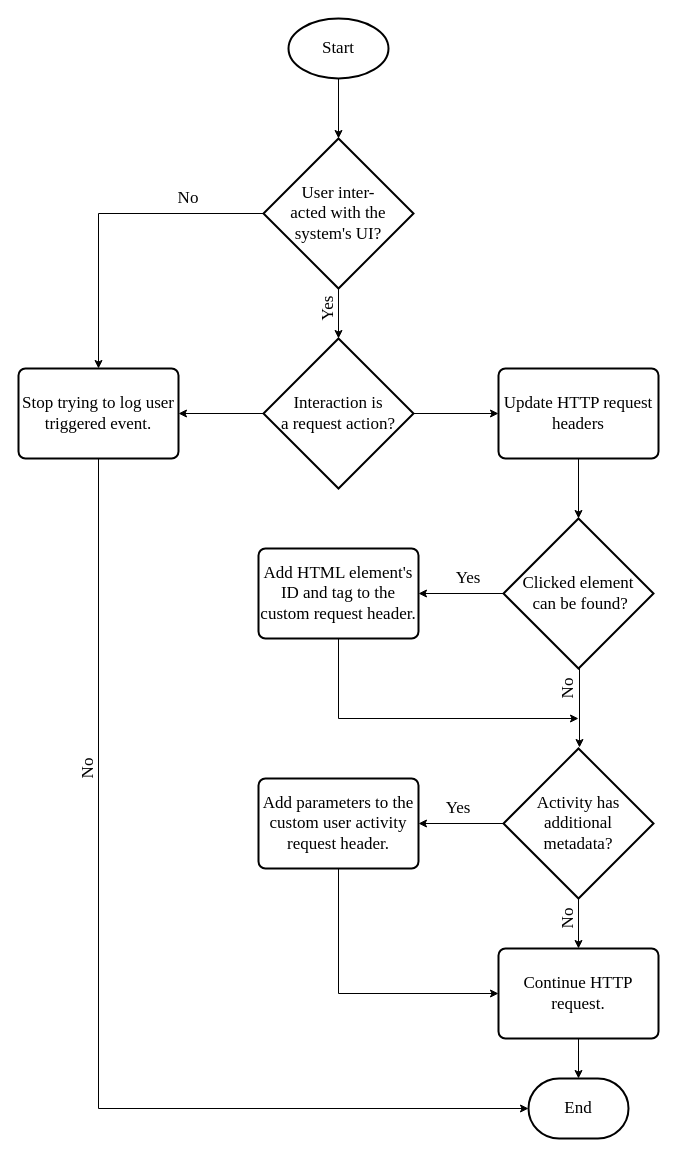
Before: img/Chapter2/user_based_flow_diagram/user_based_flow_diagram.drawio in CorrieScheepers/Masters, a draw.io diagram. Source tidied: cells renumbered, new cells numbered last; positions are measured from the earlier drawing's top-left corner, leaving out a move shared by most shapes. Both pictures are drawn from the tidied source at 100%, with x=0, y=0 at pixel (18, 18).
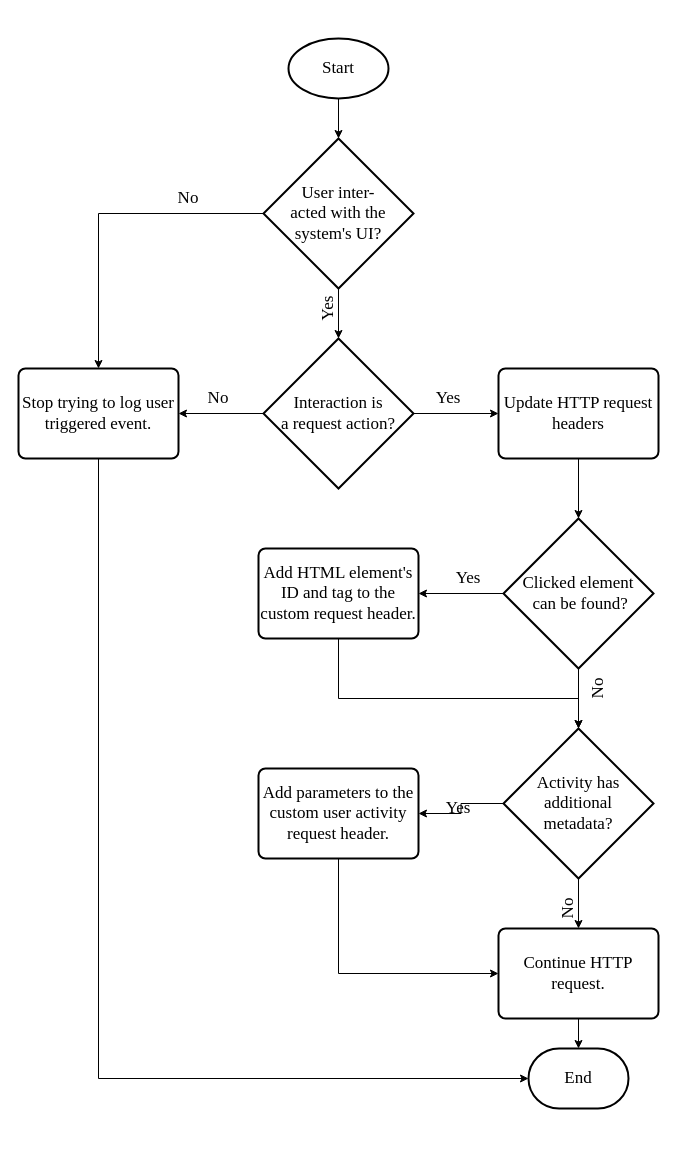
The same page after the edit.

The change refers to these unchanged cells:
```xml
<mxCell id="18" value="Add HTML element's ID and tag to the custom request header." style="rounded=1;whiteSpace=wrap;html=1;absoluteArcSize=1;arcSize=14;strokeWidth=2;fontFamily=Times New Roman;fillColor=none;fontSize=17;" parent="1" vertex="1">
  <mxGeometry x="240" y="530" width="160" height="90" as="geometry" />
</mxCell>
<mxCell id="24" value="Clicked element&lt;br&gt;&amp;nbsp;can be found?" style="strokeWidth=2;html=1;shape=mxgraph.flowchart.decision;whiteSpace=wrap;fontFamily=Times New Roman;fillColor=none;fontSize=17;" parent="1" vertex="1">
  <mxGeometry x="485" y="500" width="150" height="150" as="geometry" />
</mxCell>
```

Change to the diagram source:
```diff
@@
     <mxCell id="3" value="Start" style="strokeWidth=2;html=1;shape=mxgraph.flowchart.start_1;whiteSpace=wrap;fontFamily=Times New Roman;fillColor=none;fontSize=17;" parent="1" vertex="1">
-      <mxGeometry x="270" width="100" height="60" as="geometry" />
+      <mxGeometry x="270" y="20" width="100" height="60" as="geometry" />
     </mxCell>
@@
-    <mxCell id="7" value="No" style="text;html=1;strokeColor=none;fillColor=none;align=center;verticalAlign=middle;whiteSpace=wrap;rounded=0;fontFamily=Times New Roman;rotation=-90;fontSize=17;" parent="1" vertex="1">
-      <mxGeometry x="50" y="740" width="40" height="20" as="geometry" />
-    </mxCell>
@@
     <mxCell id="11" value="End" style="strokeWidth=2;html=1;shape=mxgraph.flowchart.terminator;whiteSpace=wrap;fillColor=none;fontFamily=Times New Roman;fontSize=17;" parent="1" vertex="1">
-      <mxGeometry x="510" y="1060" width="100" height="60" as="geometry" />
+      <mxGeometry x="510" y="1030" width="100" height="60" as="geometry" />
     </mxCell>
@@
     <mxCell id="16" value="Activity has additional &lt;br&gt;metadata?" style="strokeWidth=2;html=1;shape=mxgraph.flowchart.decision;whiteSpace=wrap;fontFamily=Times New Roman;fillColor=none;fontSize=17;" parent="1" vertex="1">
-      <mxGeometry x="485" y="730" width="150" height="150" as="geometry" />
+      <mxGeometry x="485" y="710" width="150" height="150" as="geometry" />
     </mxCell>
-    <mxCell id="17" style="edgeStyle=orthogonalEdgeStyle;rounded=0;jettySize=auto;html=1;exitX=0.5;exitY=1;exitDx=0;exitDy=0;" parent="1" edge="1" source="18">
-      <mxGeometry relative="1" as="geometry">
-        <mxPoint x="560" y="700" as="targetPoint" />
-        <Array as="points">
-          <mxPoint x="320" y="700" />
-        </Array>
-      </mxGeometry>
-    </mxCell>
+    <mxCell id="34" style="edgeStyle=orthogonalEdgeStyle;rounded=0;jettySize=auto;html=1;exitX=0.5;exitY=1;exitDx=0;exitDy=0;" parent="1" edge="1" source="18">
+      <mxGeometry relative="1" as="geometry">
+        <mxPoint x="560" y="710" as="targetPoint" />
+        <Array as="points">
+          <mxPoint x="320" y="680" />
+          <mxPoint x="560" y="680" />
+        </Array>
+      </mxGeometry>
+    </mxCell>
@@
-    <mxCell id="23" style="edgeStyle=orthogonalEdgeStyle;rounded=0;orthogonalLoop=1;jettySize=auto;html=1;exitX=0.5;exitY=1;exitDx=0;exitDy=0;exitPerimeter=0;entryX=0.5;entryY=0;entryDx=0;entryDy=0;entryPerimeter=0;" parent="1" edge="1">
-      <mxGeometry relative="1" as="geometry">
-        <mxPoint x="561" y="649" as="sourcePoint" />
-        <mxPoint x="561" y="729" as="targetPoint" />
-      </mxGeometry>
-    </mxCell>
+    <mxCell id="35" style="edgeStyle=orthogonalEdgeStyle;rounded=0;jettySize=auto;html=1;exitX=0.5;exitY=1;exitDx=0;exitDy=0;exitPerimeter=0;entryX=0.5;entryY=0;entryDx=0;entryDy=0;entryPerimeter=0;" parent="1" edge="1" source="24" target="16">
+      <mxGeometry relative="1" as="geometry" />
+    </mxCell>
@@
     <mxCell id="27" value="Continue HTTP request." style="rounded=1;whiteSpace=wrap;html=1;absoluteArcSize=1;arcSize=14;strokeWidth=2;fontFamily=Times New Roman;fillColor=none;fontSize=17;" parent="1" vertex="1">
-      <mxGeometry x="480" y="930" width="160" height="90" as="geometry" />
+      <mxGeometry x="480" y="910" width="160" height="90" as="geometry" />
     </mxCell>
@@
     <mxCell id="29" value="Add parameters to the custom user activity request header." style="rounded=1;whiteSpace=wrap;html=1;absoluteArcSize=1;arcSize=14;strokeWidth=2;fontFamily=Times New Roman;fillColor=none;fontSize=17;" parent="1" vertex="1">
-      <mxGeometry x="240" y="760" width="160" height="90" as="geometry" />
+      <mxGeometry x="240" y="750" width="160" height="90" as="geometry" />
     </mxCell>
     <mxCell id="30" value="No" style="text;html=1;strokeColor=none;fillColor=none;align=center;verticalAlign=middle;whiteSpace=wrap;rounded=0;fontFamily=Times New Roman;rotation=-90;fontSize=17;" parent="1" vertex="1">
-      <mxGeometry x="530" y="890" width="40" height="20" as="geometry" />
+      <mxGeometry x="530" y="880" width="40" height="20" as="geometry" />
     </mxCell>
@@
     <mxCell id="33" value="No" style="text;html=1;strokeColor=none;fillColor=none;align=center;verticalAlign=middle;whiteSpace=wrap;rounded=0;fontFamily=Times New Roman;rotation=-90;fontSize=17;" parent="1" vertex="1">
-      <mxGeometry x="530" y="660" width="40" height="20" as="geometry" />
+      <mxGeometry x="560" y="660" width="40" height="20" as="geometry" />
     </mxCell>
+    <mxCell id="7" value="No" style="text;html=1;strokeColor=none;fillColor=none;align=center;verticalAlign=middle;whiteSpace=wrap;rounded=0;fontFamily=Times New Roman;rotation=0;fontSize=17;" parent="1" vertex="1">
+      <mxGeometry x="180" y="370" width="40" height="20" as="geometry" />
+    </mxCell>
+    <mxCell id="36" value="Yes" style="text;html=1;strokeColor=none;fillColor=none;align=center;verticalAlign=middle;whiteSpace=wrap;rounded=0;fontFamily=Times New Roman;rotation=0;fontSize=17;" parent="1" vertex="1">
+      <mxGeometry x="410" y="370" width="40" height="20" as="geometry" />
+    </mxCell>
```
